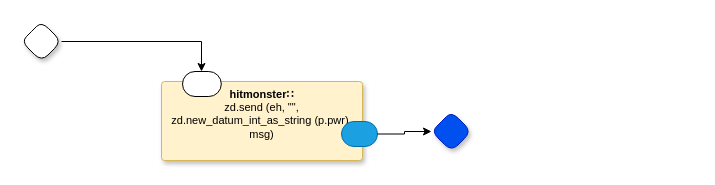
guitarvydas/gen0d keeps this draw.io diagram as small-test.drawio. Above is the earlier version. Source tidied: cells renumbered, new cells numbered last; positions are measured from the earlier drawing's top-left corner, leaving out a move shared by most shapes. Both pictures are drawn from the tidied source at 100%, with x=0, y=0 at pixel (21, 21).
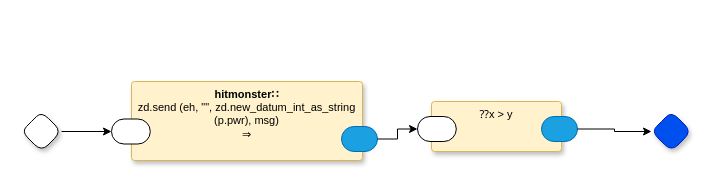
The same page after the edit.

The edit, as a diff of the source:
```diff
@@
 <mxGraphModel>
   <root>
     <mxCell id="0" />
     <mxCell id="1" parent="0" />
-    <mxCell id="2" value="&lt;b style=&quot;border-color: var(--border-color);&quot;&gt;hitmonster∷&lt;br&gt;&lt;/b&gt;zd.send (eh, &quot;&quot;, zd.new_datum_int_as_string (p.pwr), msg)" style="rounded=1;whiteSpace=wrap;html=1;sketch=0;verticalAlign=top;arcSize=6;fontStyle=0;absoluteArcSize=1;shadow=1;strokeColor=#d6b656;fillColor=#fff2cc;fontFamily=Helvetica;fontSize=11;" parent="1" vertex="1">
-      <mxGeometry x="140" y="60" width="201" height="79" as="geometry" />
+    <mxCell id="2" value="&lt;b style=&quot;border-color: var(--border-color);&quot;&gt;hitmonster∷&lt;br&gt;&lt;/b&gt;zd.send (eh, &quot;&quot;, zd.new_datum_int_as_string (p.pwr), msg)&lt;br&gt;⇒" style="rounded=1;whiteSpace=wrap;html=1;sketch=0;verticalAlign=top;arcSize=6;fontStyle=0;absoluteArcSize=1;shadow=1;strokeColor=#d6b656;fillColor=#fff2cc;fontFamily=Helvetica;fontSize=11;" parent="1" vertex="1">
+      <mxGeometry x="110" y="60" width="231" height="79" as="geometry" />
     </mxCell>
     <mxCell id="3" style="rounded=1;whiteSpace=wrap;html=1;sketch=0;points=[[0,0.5,0,0,0],[1,0.5,0,0,0]];arcSize=50;fontFamily=Helvetica;fontSize=11;fontColor=default;" parent="2" vertex="1">
-      <mxGeometry x="21" y="-10" width="38.8" height="25" as="geometry" />
+      <mxGeometry x="-20" y="37.5" width="38.8" height="25" as="geometry" />
     </mxCell>
     <mxCell id="4" style="rounded=1;whiteSpace=wrap;html=1;sketch=0;points=[[0,0.5,0,0,0],[1,0.5,0,0,0]];fillColor=#1ba1e2;fontColor=#ffffff;strokeColor=#006EAF;arcSize=50;fontFamily=Helvetica;fontSize=11;" parent="2" vertex="1">
-      <mxGeometry x="180" y="40" width="36" height="25" as="geometry" />
+      <mxGeometry x="210" y="45" width="36" height="25" as="geometry" />
     </mxCell>
     <mxCell id="5" style="rhombus;whiteSpace=wrap;html=1;rounded=1;fontStyle=1;glass=0;sketch=0;fontSize=12;points=[[0,0.5,0,0,0],[0.5,0,0,0,0],[0.5,1,0,0,0],[1,0.5,0,0,0]];shadow=1;fontFamily=Helvetica;fontColor=default;" parent="1" vertex="1">
-      <mxGeometry width="40" height="40" as="geometry" />
+      <mxGeometry y="90" width="40" height="40" as="geometry" />
     </mxCell>
-    <mxCell id="6" style="edgeStyle=orthogonalEdgeStyle;rounded=0;jettySize=auto;html=1;entryX=0.49;entryY=0;entryDx=0;entryDy=0;entryPerimeter=0;" parent="1" edge="1" source="5" target="3">
+    <mxCell id="6" style="edgeStyle=orthogonalEdgeStyle;rounded=0;jettySize=auto;html=1;entryX=0;entryY=0.5;entryDx=0;entryDy=0;entryPerimeter=0;" parent="1" edge="1" source="5" target="3">
       <mxGeometry relative="1" as="geometry" />
     </mxCell>
     <mxCell id="7" style="rhombus;whiteSpace=wrap;html=1;rounded=1;fontStyle=1;glass=0;sketch=0;fontSize=12;points=[[0,0.5,0,0,0],[0.5,0,0,0,0],[0.5,1,0,0,0],[1,0.5,0,0,0]];shadow=1;fillColor=#0050ef;fontColor=#ffffff;strokeColor=#001DBC;fontFamily=Helvetica;" parent="1" vertex="1">
-      <mxGeometry x="410" y="90" width="40" height="40" as="geometry" />
+      <mxGeometry x="630" y="90" width="40" height="40" as="geometry" />
     </mxCell>
-    <mxCell id="8" style="edgeStyle=orthogonalEdgeStyle;rounded=0;jettySize=auto;html=1;exitX=1;exitY=0.5;exitDx=0;exitDy=0;exitPerimeter=0;entryX=0;entryY=0.5;entryDx=0;entryDy=0;entryPerimeter=0;" parent="1" edge="1" source="4" target="7">
-      <mxGeometry relative="1" as="geometry" />
-    </mxCell>
+    <mxCell id="9" value="⁇x &amp;gt; y" style="rounded=1;whiteSpace=wrap;html=1;sketch=0;verticalAlign=top;arcSize=6;fontStyle=0;absoluteArcSize=1;shadow=1;strokeColor=#d6b656;fillColor=#fff2cc;fontFamily=Helvetica;fontSize=11;" parent="1" vertex="1">
+      <mxGeometry x="410" y="80" width="130" height="50" as="geometry" />
+    </mxCell>
+    <mxCell id="10" style="rounded=1;whiteSpace=wrap;html=1;sketch=0;points=[[0,0.5,0,0,0],[1,0.5,0,0,0]];arcSize=50;fontFamily=Helvetica;fontSize=11;fontColor=default;" parent="9" vertex="1">
+      <mxGeometry x="-14" y="15" width="38.8" height="25" as="geometry" />
+    </mxCell>
+    <mxCell id="11" style="rounded=1;whiteSpace=wrap;html=1;sketch=0;points=[[0,0.5,0,0,0],[1,0.5,0,0,0]];fillColor=#1ba1e2;fontColor=#ffffff;strokeColor=#006EAF;arcSize=50;fontFamily=Helvetica;fontSize=11;" parent="9" vertex="1">
+      <mxGeometry x="110" y="15" width="36" height="25" as="geometry" />
+    </mxCell>
+    <mxCell id="12" style="edgeStyle=orthogonalEdgeStyle;rounded=0;jettySize=auto;html=1;exitX=1;exitY=0.5;exitDx=0;exitDy=0;exitPerimeter=0;entryX=0;entryY=0.5;entryDx=0;entryDy=0;entryPerimeter=0;" parent="1" edge="1" source="4" target="10">
+      <mxGeometry relative="1" as="geometry" />
+    </mxCell>
+    <mxCell id="13" style="edgeStyle=orthogonalEdgeStyle;rounded=0;jettySize=auto;html=1;exitX=1;exitY=0.5;exitDx=0;exitDy=0;exitPerimeter=0;entryX=0;entryY=0.5;entryDx=0;entryDy=0;entryPerimeter=0;" parent="1" edge="1" source="11" target="7">
+      <mxGeometry relative="1" as="geometry" />
+    </mxCell>
   </root>
 </mxGraphModel>
```
